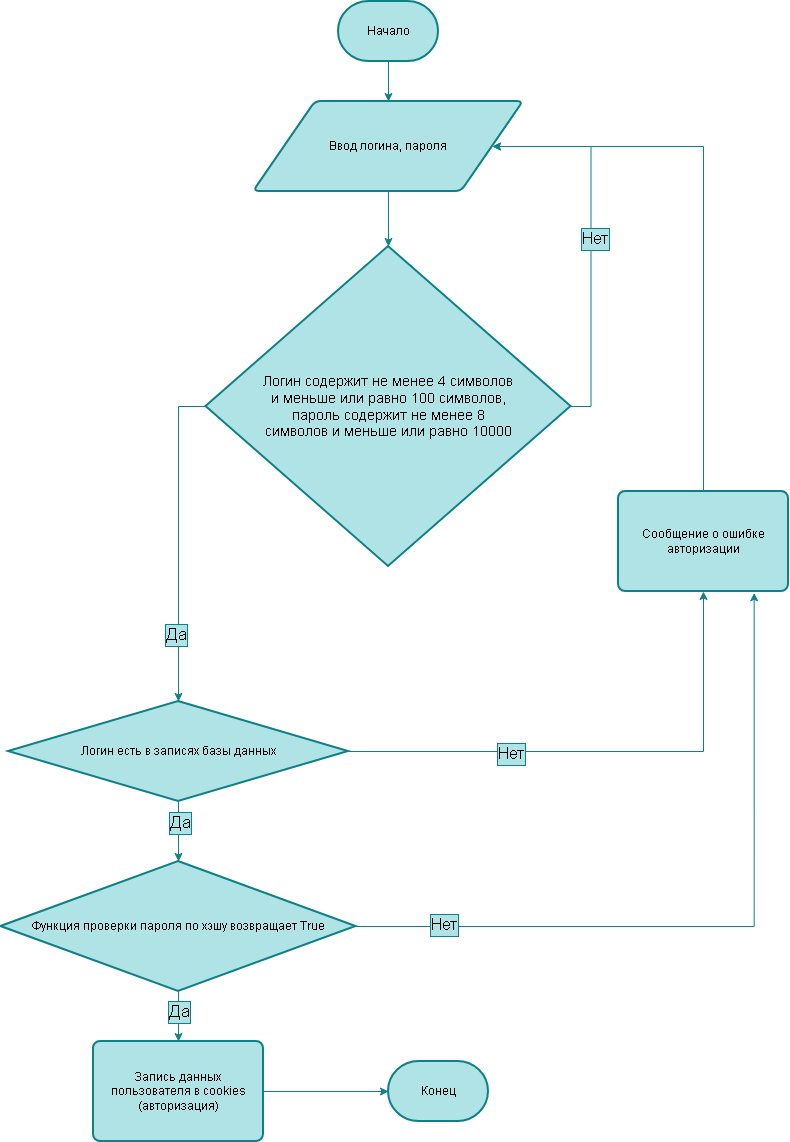
Earlier version of the draw.io export docs/diagrams/login.png (Flski/projects_time). Source tidied: cells renumbered, new cells last; positions are measured from the earlier drawing's top-left corner, leaving out a move shared by most shapes.
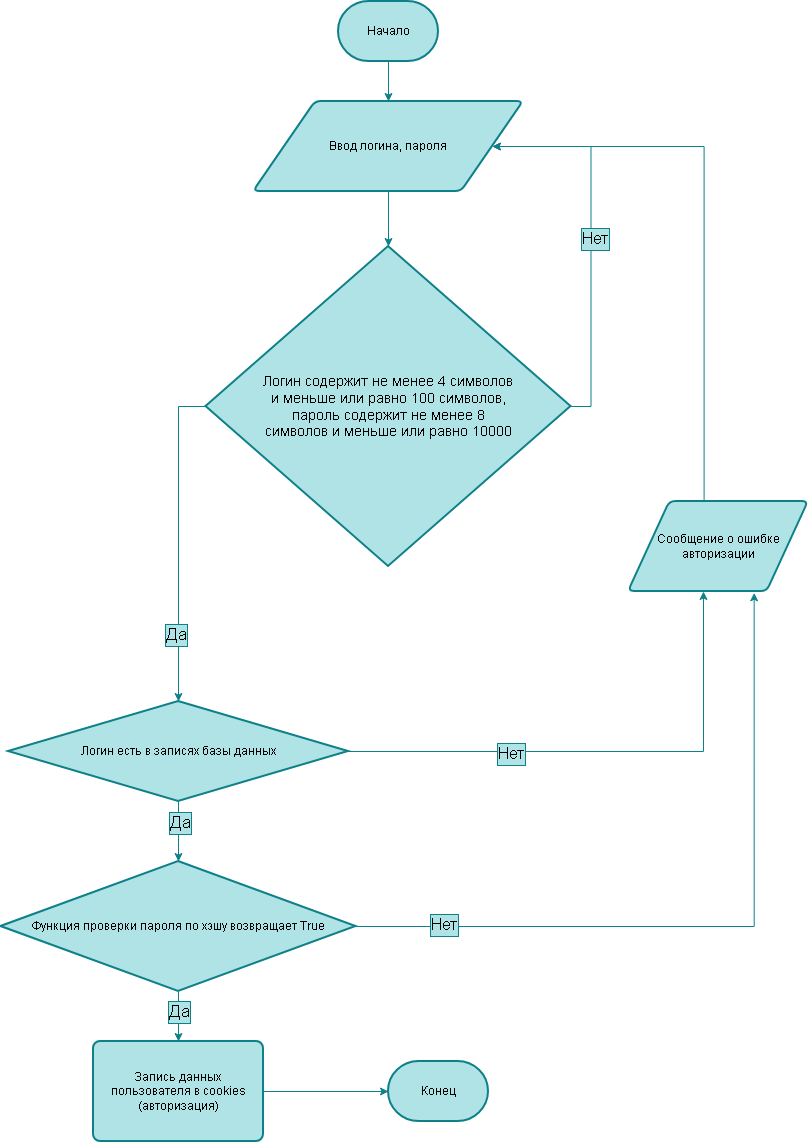
The same diagram one commit later.

What changed in the source:
```diff
@@ -41,8 +41,10 @@
     <mxCell id="11" value="&lt;div style=&quot;&quot;&gt;&lt;br&gt;&lt;/div&gt;" style="strokeWidth=2;html=1;shape=mxgraph.flowchart.decision;whiteSpace=wrap;fillColor=#b0e3e6;strokeColor=#0e8088;align=center;fontSize=14;" parent="1" vertex="1">
       <mxGeometry x="205.5" y="245" width="365" height="320" as="geometry" />
     </mxCell>
-    <mxCell id="12" style="edgeStyle=orthogonalEdgeStyle;rounded=0;jettySize=auto;html=1;exitX=1;exitY=0.5;exitDx=0;exitDy=0;exitPerimeter=0;entryX=0.5;entryY=1;entryDx=0;entryDy=0;defaultLabelBackgroundColor=page;fillColor=#b0e3e6;strokeColor=#0e8088;" parent="1" edge="1" source="14" target="17">
-      <mxGeometry relative="1" as="geometry" />
+    <mxCell id="12" style="edgeStyle=orthogonalEdgeStyle;rounded=0;jettySize=auto;html=1;exitX=1;exitY=0.5;exitDx=0;exitDy=0;exitPerimeter=0;entryX=0.5;entryY=1;entryDx=0;entryDy=0;defaultLabelBackgroundColor=page;fillColor=#b0e3e6;strokeColor=#0e8088;" parent="1" edge="1" source="14">
+      <mxGeometry relative="1" as="geometry">
+        <mxPoint x="703" y="590" as="targetPoint" />
+      </mxGeometry>
     </mxCell>
     <mxCell id="13" value="&lt;font style=&quot;font-size: 17px;&quot;&gt;Нет&lt;/font&gt;" style="edgeLabel;html=1;align=center;verticalAlign=middle;inheritText=fontFamily,fontSize,fontColor,fontStyle,textOpacity,labelBorderWidth,defaultLabelBackgroundColor,labelPadding;defaultLabelBackgroundColor=page;labelBackgroundColor=#b0e3e6;labelBorderColor=#0e8088;" parent="12" vertex="1">
       <mxGeometry x="-0.37" y="-2" relative="1" as="geometry" />
@@ -53,16 +55,13 @@
     <mxCell id="15" value="&lt;span style=&quot;font-size: 14px;&quot;&gt;Логин содержит не менее 4 символов и меньше или равно 100 символов, пароль содержит не менее 8 символов и меньше или равно 10000&lt;/span&gt;" style="text;html=1;whiteSpace=wrap;align=center;verticalAlign=middle;rounded=0;" parent="1" vertex="1">
       <mxGeometry x="258" y="235" width="260" height="340" as="geometry" />
     </mxCell>
-    <mxCell id="16" style="edgeStyle=orthogonalEdgeStyle;rounded=0;jettySize=auto;html=1;exitX=0.5;exitY=0;exitDx=0;exitDy=0;entryX=1;entryY=0.5;entryDx=0;entryDy=0;defaultLabelBackgroundColor=page;fillColor=#b0e3e6;strokeColor=#0e8088;" parent="1" edge="1" source="17" target="6">
-      <mxGeometry relative="1" as="geometry">
+    <mxCell id="16" style="edgeStyle=orthogonalEdgeStyle;rounded=0;jettySize=auto;html=1;exitX=0.42;exitY=0.015;exitDx=0;exitDy=0;entryX=1;entryY=0.5;entryDx=0;entryDy=0;defaultLabelBackgroundColor=page;fillColor=#b0e3e6;strokeColor=#0e8088;exitPerimeter=0;" parent="1" edge="1" source="17" target="6">
+      <mxGeometry x="0.01" relative="1" as="geometry">
         <Array as="points">
-          <mxPoint x="703" y="145" />
+          <mxPoint x="703.6" y="145" />
         </Array>
       </mxGeometry>
     </mxCell>
-    <mxCell id="17" value="Сообщение о ошибке авторизации" style="rounded=1;whiteSpace=wrap;html=1;absoluteArcSize=1;arcSize=14;strokeWidth=2;fillColor=#b0e3e6;strokeColor=#0e8088;" parent="1" vertex="1">
-      <mxGeometry x="618" y="490" width="170" height="100" as="geometry" />
-    </mxCell>
     <mxCell id="18" style="edgeStyle=orthogonalEdgeStyle;rounded=0;jettySize=auto;html=1;exitX=0.5;exitY=1;exitDx=0;exitDy=0;exitPerimeter=0;defaultLabelBackgroundColor=page;fillColor=#b0e3e6;strokeColor=#0e8088;" parent="1" edge="1" source="20" target="25">
       <mxGeometry relative="1" as="geometry" />
     </mxCell>
@@ -80,8 +79,10 @@
     <mxCell id="22" value="Да" style="edgeLabel;html=1;align=center;verticalAlign=middle;inheritText=fontFamily,fontColor,fontStyle,textOpacity,labelBorderWidth,defaultLabelBackgroundColor,labelPadding;defaultLabelBackgroundColor=page;labelBackgroundColor=#b0e3e6;labelBorderColor=#0e8088;fontSize=17;" parent="21" vertex="1">
       <mxGeometry x="-0.29" y="1" relative="1" as="geometry" />
     </mxCell>
-    <mxCell id="23" style="edgeStyle=orthogonalEdgeStyle;rounded=0;jettySize=auto;html=1;exitX=1;exitY=0.5;exitDx=0;exitDy=0;exitPerimeter=0;entryX=0.798;entryY=1.013;entryDx=0;entryDy=0;entryPerimeter=0;defaultLabelBackgroundColor=page;fillColor=#b0e3e6;strokeColor=#0e8088;" parent="1" edge="1" source="20" target="17">
-      <mxGeometry relative="1" as="geometry" />
+    <mxCell id="23" style="edgeStyle=orthogonalEdgeStyle;rounded=0;jettySize=auto;html=1;exitX=1;exitY=0.5;exitDx=0;exitDy=0;exitPerimeter=0;entryX=0.798;entryY=1.013;entryDx=0;entryDy=0;entryPerimeter=0;defaultLabelBackgroundColor=page;fillColor=#b0e3e6;strokeColor=#0e8088;" parent="1" edge="1" source="20">
+      <mxGeometry relative="1" as="geometry">
+        <mxPoint x="753.7" y="591.3" as="targetPoint" />
+      </mxGeometry>
     </mxCell>
     <mxCell id="24" value="Нет" style="edgeLabel;html=1;align=center;verticalAlign=middle;inheritText=fontFamily,fontColor,fontStyle,textOpacity,labelBorderWidth,defaultLabelBackgroundColor,labelPadding;defaultLabelBackgroundColor=page;fontSize=17;labelBackgroundColor=#b0e3e6;labelBorderColor=#0e8088;" parent="23" vertex="1">
       <mxGeometry x="-0.76" y="2" relative="1" as="geometry" />
@@ -92,5 +93,8 @@
     <mxCell id="26" style="edgeStyle=orthogonalEdgeStyle;rounded=0;jettySize=auto;html=1;exitX=1;exitY=0.5;exitDx=0;exitDy=0;entryX=0;entryY=0.5;entryDx=0;entryDy=0;entryPerimeter=0;defaultLabelBackgroundColor=page;fillColor=#b0e3e6;strokeColor=#0e8088;" parent="1" edge="1" source="25" target="4">
       <mxGeometry relative="1" as="geometry" />
     </mxCell>
+    <mxCell id="17" value="Сообщение о ошибке авторизации" style="shape=parallelogram;html=1;strokeWidth=2;perimeter=parallelogramPerimeter;whiteSpace=wrap;rounded=1;arcSize=12;size=0.23;fillColor=#b0e3e6;strokeColor=#0e8088;" parent="1" vertex="1">
+      <mxGeometry x="628" y="500" width="180" height="90" as="geometry" />
+    </mxCell>
   </root>
 </mxGraphModel>
```
